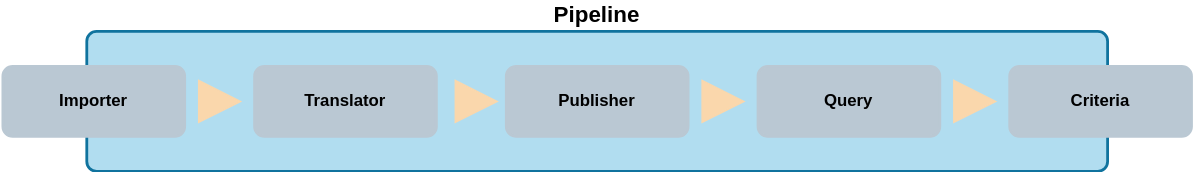
Earlier version of the draw.io export docs/images/high-level-pipeline.drawio.svg (valocode/bubbly). Source tidied: cells renumbered, new cells last; positions are measured from the earlier drawing's top-left corner, leaving out a move shared by most shapes. Source of this version:
```xml
<mxGraphModel>
  <root>
    <mxCell id="0" />
    <mxCell id="1" parent="0" />
    <mxCell id="2" value="Pipeline" style="rounded=1;whiteSpace=wrap;html=1;absoluteArcSize=1;arcSize=14;strokeWidth=2;fillColor=#b1ddf0;strokeColor=#10739e;labelPosition=center;verticalLabelPosition=top;align=center;verticalAlign=bottom;fontStyle=1;fontSize=16;fontColor=#000000;" parent="1" vertex="1">
      <mxGeometry x="60" width="730" height="100" as="geometry" />
    </mxCell>
    <mxCell id="3" value="Importer" style="rounded=1;whiteSpace=wrap;html=1;absoluteArcSize=1;arcSize=14;strokeWidth=2;fontStyle=1;fillColor=#BAC8D3;strokeColor=#BAC8D3;fontColor=#000000;" parent="1" vertex="1">
      <mxGeometry y="25" width="130" height="50" as="geometry" />
    </mxCell>
    <mxCell id="4" value="Translator" style="rounded=1;whiteSpace=wrap;html=1;absoluteArcSize=1;arcSize=14;strokeWidth=2;fontStyle=1;fillColor=#BAC8D3;strokeColor=#BAC8D3;fontColor=#000000;" parent="1" vertex="1">
      <mxGeometry x="180" y="25" width="130" height="50" as="geometry" />
    </mxCell>
    <mxCell id="5" value="Publisher" style="rounded=1;whiteSpace=wrap;html=1;absoluteArcSize=1;arcSize=14;strokeWidth=2;fontStyle=1;fillColor=#BAC8D3;strokeColor=#BAC8D3;fontColor=#000000;" parent="1" vertex="1">
      <mxGeometry x="360" y="25" width="130" height="50" as="geometry" />
    </mxCell>
    <mxCell id="6" value="Query" style="rounded=1;whiteSpace=wrap;html=1;absoluteArcSize=1;arcSize=14;strokeWidth=2;fontStyle=1;fillColor=#BAC8D3;strokeColor=#BAC8D3;fontColor=#000000;" parent="1" vertex="1">
      <mxGeometry x="540" y="25" width="130" height="50" as="geometry" />
    </mxCell>
    <mxCell id="7" value="Criteria" style="rounded=1;whiteSpace=wrap;html=1;absoluteArcSize=1;arcSize=14;strokeWidth=2;fontStyle=1;fillColor=#BAC8D3;strokeColor=#BAC8D3;fontColor=#000000;" parent="1" vertex="1">
      <mxGeometry x="720" y="25" width="130" height="50" as="geometry" />
    </mxCell>
    <mxCell id="8" style="html=1;shadow=0;dashed=0;align=center;verticalAlign=middle;shape=mxgraph.arrows2.arrow;dy=0.6;dx=40;notch=0;fillColor=#FAD7AC;strokeColor=#FAD7AC;" parent="1" vertex="1">
      <mxGeometry x="140" y="35" width="30" height="30" as="geometry" />
    </mxCell>
    <mxCell id="9" style="html=1;shadow=0;dashed=0;align=center;verticalAlign=middle;shape=mxgraph.arrows2.arrow;dy=0.6;dx=40;notch=0;fillColor=#FAD7AC;strokeColor=#FAD7AC;" parent="1" vertex="1">
      <mxGeometry x="323.5" y="35" width="30" height="30" as="geometry" />
    </mxCell>
    <mxCell id="10" style="html=1;shadow=0;dashed=0;align=center;verticalAlign=middle;shape=mxgraph.arrows2.arrow;dy=0.6;dx=40;notch=0;fillColor=#FAD7AC;strokeColor=#FAD7AC;" parent="1" vertex="1">
      <mxGeometry x="500" y="35" width="30" height="30" as="geometry" />
    </mxCell>
    <mxCell id="11" style="html=1;shadow=0;dashed=0;align=center;verticalAlign=middle;shape=mxgraph.arrows2.arrow;dy=0.6;dx=40;notch=0;fillColor=#FAD7AC;strokeColor=#FAD7AC;" parent="1" vertex="1">
      <mxGeometry x="680" y="35" width="30" height="30" as="geometry" />
    </mxCell>
  </root>
</mxGraphModel>
```
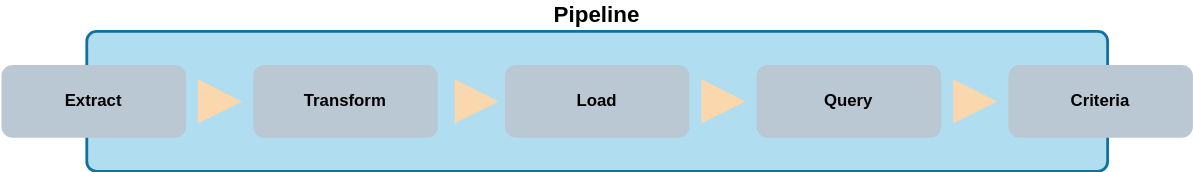
Later version of the same file.

Change to the diagram source:
```diff
@@ -5,13 +5,13 @@
     <mxCell id="2" value="Pipeline" style="rounded=1;whiteSpace=wrap;html=1;absoluteArcSize=1;arcSize=14;strokeWidth=2;fillColor=#b1ddf0;strokeColor=#10739e;labelPosition=center;verticalLabelPosition=top;align=center;verticalAlign=bottom;fontStyle=1;fontSize=16;fontColor=#000000;" parent="1" vertex="1">
       <mxGeometry x="60" width="730" height="100" as="geometry" />
     </mxCell>
-    <mxCell id="3" value="Importer" style="rounded=1;whiteSpace=wrap;html=1;absoluteArcSize=1;arcSize=14;strokeWidth=2;fontStyle=1;fillColor=#BAC8D3;strokeColor=#BAC8D3;fontColor=#000000;" parent="1" vertex="1">
+    <mxCell id="3" value="Extract" style="rounded=1;whiteSpace=wrap;html=1;absoluteArcSize=1;arcSize=14;strokeWidth=2;fontStyle=1;fillColor=#BAC8D3;strokeColor=#BAC8D3;fontColor=#000000;" parent="1" vertex="1">
       <mxGeometry y="25" width="130" height="50" as="geometry" />
     </mxCell>
-    <mxCell id="4" value="Translator" style="rounded=1;whiteSpace=wrap;html=1;absoluteArcSize=1;arcSize=14;strokeWidth=2;fontStyle=1;fillColor=#BAC8D3;strokeColor=#BAC8D3;fontColor=#000000;" parent="1" vertex="1">
+    <mxCell id="4" value="Transform" style="rounded=1;whiteSpace=wrap;html=1;absoluteArcSize=1;arcSize=14;strokeWidth=2;fontStyle=1;fillColor=#BAC8D3;strokeColor=#BAC8D3;fontColor=#000000;" parent="1" vertex="1">
       <mxGeometry x="180" y="25" width="130" height="50" as="geometry" />
     </mxCell>
-    <mxCell id="5" value="Publisher" style="rounded=1;whiteSpace=wrap;html=1;absoluteArcSize=1;arcSize=14;strokeWidth=2;fontStyle=1;fillColor=#BAC8D3;strokeColor=#BAC8D3;fontColor=#000000;" parent="1" vertex="1">
+    <mxCell id="5" value="Load" style="rounded=1;whiteSpace=wrap;html=1;absoluteArcSize=1;arcSize=14;strokeWidth=2;fontStyle=1;fillColor=#BAC8D3;strokeColor=#BAC8D3;fontColor=#000000;" parent="1" vertex="1">
       <mxGeometry x="360" y="25" width="130" height="50" as="geometry" />
     </mxCell>
     <mxCell id="6" value="Query" style="rounded=1;whiteSpace=wrap;html=1;absoluteArcSize=1;arcSize=14;strokeWidth=2;fontStyle=1;fillColor=#BAC8D3;strokeColor=#BAC8D3;fontColor=#000000;" parent="1" vertex="1">
```
